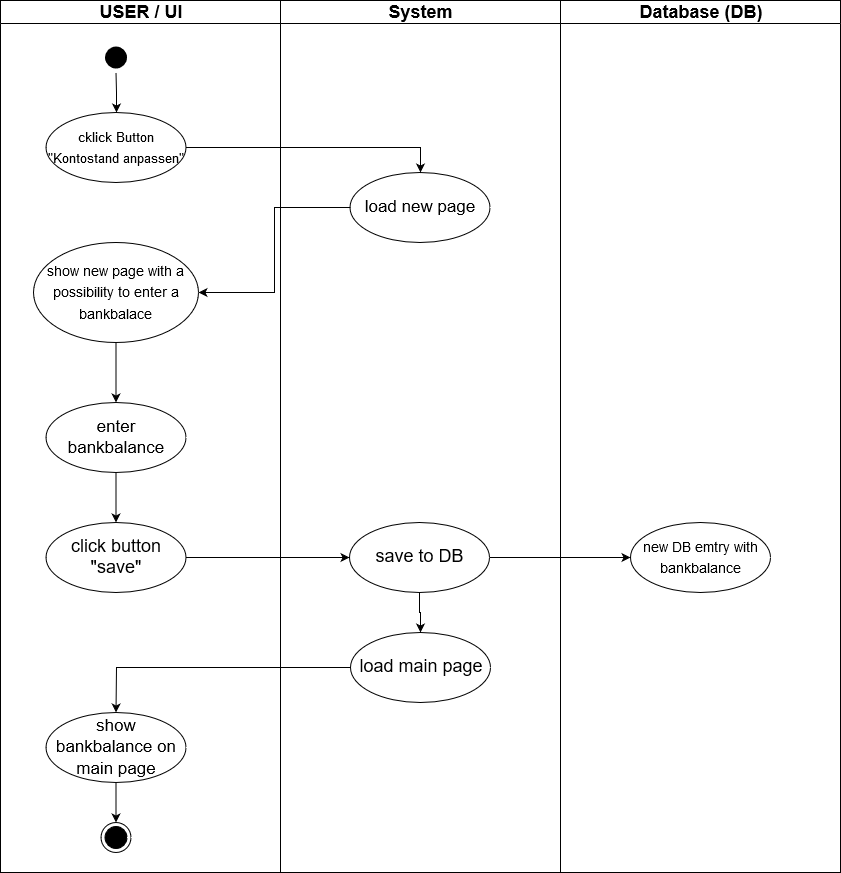
This is UseCases/second (add bankbalance)/UseCaseBankbalance.png from leumas244/easyFinance-SoftwareEngeneering, a draw.io export, as it was before one commit. Source tidied: cells renumbered, new cells last; positions are measured from the earlier drawing's top-left corner, leaving out a move shared by most shapes. Source of this version:
```xml
<mxGraphModel background="#ffffff">
  <root>
    <mxCell id="0" />
    <mxCell id="1" parent="0" />
    <mxCell id="2" value="USER / UI" style="swimlane;whiteSpace=wrap;startSize=23;fontSize=18;" parent="1" vertex="1">
      <mxGeometry width="280" height="872" as="geometry" />
    </mxCell>
    <mxCell id="3" style="edgeStyle=orthogonalEdgeStyle;rounded=0;jettySize=auto;html=1;entryX=0.5;entryY=0;entryDx=0;entryDy=0;strokeColor=#000000;fontSize=18;" parent="2" edge="1" source="4" target="6">
      <mxGeometry relative="1" as="geometry" />
    </mxCell>
    <mxCell id="4" style="ellipse;shape=startState;fillColor=#000000;strokeColor=none;" parent="2" vertex="1">
      <mxGeometry x="100.5" y="42" width="30" height="30" as="geometry" />
    </mxCell>
    <mxCell id="5" style="ellipse;shape=endState;fillColor=#000000;strokeColor=#000000;" parent="2" vertex="1">
      <mxGeometry x="100.5" y="822" width="30" height="30" as="geometry" />
    </mxCell>
    <mxCell id="6" value="&lt;font style=&quot;font-size: 13px&quot;&gt;cklick Button &quot;Kontostand anpassen&quot;&lt;/font&gt;" style="ellipse;whiteSpace=wrap;html=1;strokeColor=#000000;fontSize=18;" parent="2" vertex="1">
      <mxGeometry x="45.5" y="112" width="140" height="70" as="geometry" />
    </mxCell>
    <mxCell id="7" style="edgeStyle=orthogonalEdgeStyle;rounded=0;jettySize=auto;html=1;strokeColor=#000000;fontSize=18;" parent="2" edge="1" source="8" target="10">
      <mxGeometry relative="1" as="geometry" />
    </mxCell>
    <mxCell id="8" value="&lt;font style=&quot;font-size: 14px&quot;&gt;show new page with a possibility to enter a bankbalace&lt;/font&gt;" style="ellipse;whiteSpace=wrap;html=1;strokeColor=#000000;fontSize=18;" parent="2" vertex="1">
      <mxGeometry x="33" y="242" width="165" height="100" as="geometry" />
    </mxCell>
    <mxCell id="9" style="edgeStyle=orthogonalEdgeStyle;rounded=0;jettySize=auto;html=1;strokeColor=#000000;fontSize=18;" parent="2" edge="1" source="10" target="11">
      <mxGeometry relative="1" as="geometry" />
    </mxCell>
    <mxCell id="10" value="&lt;font style=&quot;font-size: 17px&quot;&gt;enter bankbalance&lt;/font&gt;" style="ellipse;whiteSpace=wrap;html=1;strokeColor=#000000;fontSize=18;" parent="2" vertex="1">
      <mxGeometry x="45.5" y="402" width="140" height="70" as="geometry" />
    </mxCell>
    <mxCell id="11" value="click button &quot;save&quot;" style="ellipse;whiteSpace=wrap;html=1;strokeColor=#000000;fontSize=18;" parent="2" vertex="1">
      <mxGeometry x="45.5" y="522" width="140" height="70" as="geometry" />
    </mxCell>
    <mxCell id="12" style="edgeStyle=orthogonalEdgeStyle;rounded=0;jettySize=auto;html=1;strokeColor=#000000;fontSize=18;" parent="2" edge="1" source="13" target="5">
      <mxGeometry relative="1" as="geometry" />
    </mxCell>
    <mxCell id="13" value="&lt;font style=&quot;font-size: 17px&quot;&gt;show bankbalance on main page&lt;/font&gt;" style="ellipse;whiteSpace=wrap;html=1;strokeColor=#000000;fontSize=18;" parent="2" vertex="1">
      <mxGeometry x="45.5" y="712" width="140" height="70" as="geometry" />
    </mxCell>
    <mxCell id="14" value="System" style="swimlane;whiteSpace=wrap;fontSize=18;" parent="1" vertex="1">
      <mxGeometry x="280" width="280" height="872" as="geometry" />
    </mxCell>
    <mxCell id="15" value="&lt;font style=&quot;font-size: 17px&quot;&gt;load new page&lt;/font&gt;" style="ellipse;whiteSpace=wrap;html=1;strokeColor=#000000;fontSize=18;" parent="14" vertex="1">
      <mxGeometry x="69.5" y="172" width="140" height="70" as="geometry" />
    </mxCell>
    <mxCell id="16" style="edgeStyle=orthogonalEdgeStyle;rounded=0;jettySize=auto;html=1;strokeColor=#000000;fontSize=18;" parent="14" edge="1" source="17" target="18">
      <mxGeometry relative="1" as="geometry" />
    </mxCell>
    <mxCell id="17" value="save to DB" style="ellipse;whiteSpace=wrap;html=1;strokeColor=#000000;fontSize=18;" parent="14" vertex="1">
      <mxGeometry x="69" y="522" width="140" height="70" as="geometry" />
    </mxCell>
    <mxCell id="18" value="load main page" style="ellipse;whiteSpace=wrap;html=1;strokeColor=#000000;fontSize=18;" parent="14" vertex="1">
      <mxGeometry x="70" y="632" width="140" height="70" as="geometry" />
    </mxCell>
    <mxCell id="19" value="Database (DB)" style="swimlane;whiteSpace=wrap;fontSize=18;" parent="1" vertex="1">
      <mxGeometry x="560" width="280" height="872" as="geometry" />
    </mxCell>
    <mxCell id="20" value="&lt;font style=&quot;font-size: 14px&quot;&gt;new DB emtry with bankbalance&lt;/font&gt;" style="ellipse;whiteSpace=wrap;html=1;strokeColor=#000000;fontSize=18;" parent="19" vertex="1">
      <mxGeometry x="70" y="522" width="140" height="70" as="geometry" />
    </mxCell>
    <mxCell id="21" style="edgeStyle=orthogonalEdgeStyle;rounded=0;jettySize=auto;html=1;strokeColor=#000000;fontSize=18;entryX=0.5;entryY=0;entryDx=0;entryDy=0;" parent="1" edge="1" source="6" target="15">
      <mxGeometry relative="1" as="geometry" />
    </mxCell>
    <mxCell id="22" style="edgeStyle=orthogonalEdgeStyle;rounded=0;jettySize=auto;html=1;strokeColor=#000000;fontSize=18;entryX=1;entryY=0.5;entryDx=0;entryDy=0;" parent="1" edge="1" source="15" target="8">
      <mxGeometry relative="1" as="geometry" />
    </mxCell>
    <mxCell id="23" style="edgeStyle=orthogonalEdgeStyle;rounded=0;jettySize=auto;html=1;strokeColor=#000000;fontSize=18;" parent="1" edge="1" source="11" target="17">
      <mxGeometry relative="1" as="geometry" />
    </mxCell>
    <mxCell id="24" style="edgeStyle=orthogonalEdgeStyle;rounded=0;jettySize=auto;html=1;strokeColor=#000000;fontSize=18;entryX=0;entryY=0.5;entryDx=0;entryDy=0;" parent="1" edge="1" source="17" target="20">
      <mxGeometry relative="1" as="geometry" />
    </mxCell>
    <mxCell id="25" style="edgeStyle=orthogonalEdgeStyle;rounded=0;jettySize=auto;html=1;strokeColor=#000000;fontSize=18;" parent="1" edge="1" source="18" target="13">
      <mxGeometry relative="1" as="geometry" />
    </mxCell>
  </root>
</mxGraphModel>
```
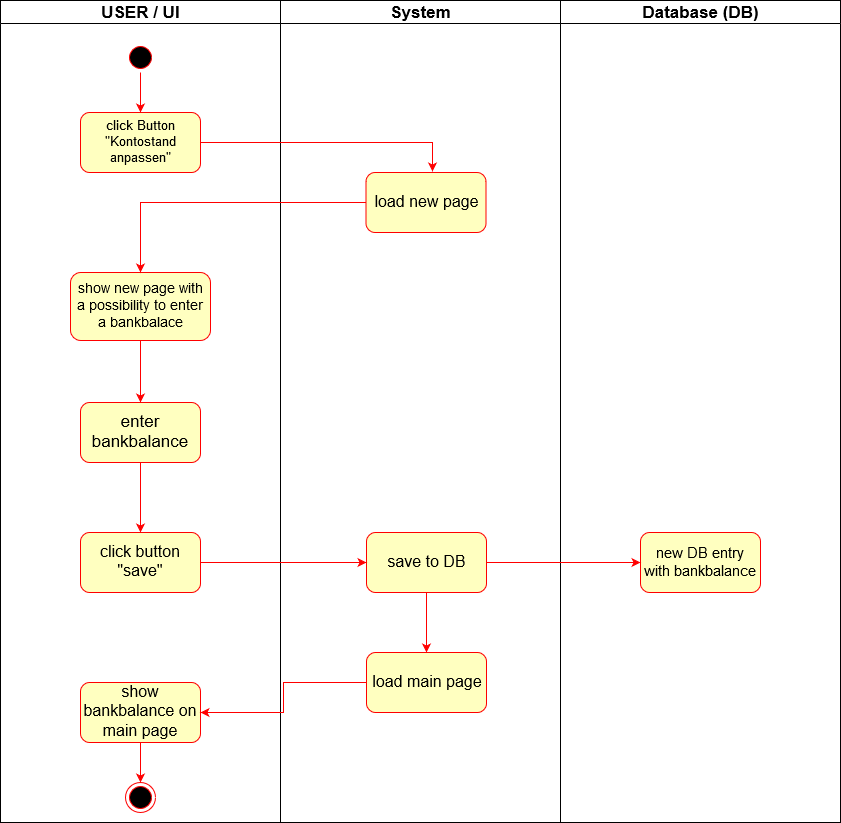
Later version of the same file.

Commit message:
new activity diagram

The edit, as a diff of the source:
```diff
@@ -2,76 +2,76 @@
   <root>
     <mxCell id="0" />
     <mxCell id="1" parent="0" />
-    <mxCell id="2" value="USER / UI" style="swimlane;whiteSpace=wrap;startSize=23;fontSize=18;" parent="1" vertex="1">
-      <mxGeometry width="280" height="872" as="geometry" />
+    <mxCell id="2" value="USER / UI" style="swimlane;whiteSpace=wrap;startSize=23;fontSize=17;" parent="1" vertex="1">
+      <mxGeometry width="280" height="822" as="geometry" />
     </mxCell>
-    <mxCell id="3" style="edgeStyle=orthogonalEdgeStyle;rounded=0;jettySize=auto;html=1;entryX=0.5;entryY=0;entryDx=0;entryDy=0;strokeColor=#000000;fontSize=18;" parent="2" edge="1" source="4" target="6">
-      <mxGeometry relative="1" as="geometry" />
-    </mxCell>
+    <mxCell id="26" style="edgeStyle=orthogonalEdgeStyle;rounded=0;jettySize=auto;html=1;strokeColor=#FF0000;" parent="2" edge="1" source="4" target="27">
+      <mxGeometry relative="1" as="geometry" />
+    </mxCell>
-    <mxCell id="4" style="ellipse;shape=startState;fillColor=#000000;strokeColor=none;" parent="2" vertex="1">
-      <mxGeometry x="100.5" y="42" width="30" height="30" as="geometry" />
+    <mxCell id="4" style="ellipse;shape=startState;fillColor=#000000;strokeColor=#ff0000;" parent="2" vertex="1">
+      <mxGeometry x="125" y="42" width="30" height="30" as="geometry" />
     </mxCell>
+    <mxCell id="27" value="&lt;font style=&quot;font-size: 13px&quot;&gt;click Button &quot;Kontostand anpassen&quot;&lt;/font&gt;" style="rounded=1;whiteSpace=wrap;html=1;strokeColor=#FF0000;fillColor=#FFFFC0;" parent="2" vertex="1">
+      <mxGeometry x="80" y="112" width="120" height="60" as="geometry" />
+    </mxCell>
-    <mxCell id="5" style="ellipse;shape=endState;fillColor=#000000;strokeColor=#000000;" parent="2" vertex="1">
-      <mxGeometry x="100.5" y="822" width="30" height="30" as="geometry" />
+    <mxCell id="5" style="ellipse;shape=endState;fillColor=#000000;strokeColor=#ff0000;" parent="2" vertex="1">
+      <mxGeometry x="125" y="782" width="30" height="30" as="geometry" />
     </mxCell>
-    <mxCell id="6" value="&lt;font style=&quot;font-size: 13px&quot;&gt;cklick Button &quot;Kontostand anpassen&quot;&lt;/font&gt;" style="ellipse;whiteSpace=wrap;html=1;strokeColor=#000000;fontSize=18;" parent="2" vertex="1">
-      <mxGeometry x="45.5" y="112" width="140" height="70" as="geometry" />
-    </mxCell>
-    <mxCell id="7" style="edgeStyle=orthogonalEdgeStyle;rounded=0;jettySize=auto;html=1;strokeColor=#000000;fontSize=18;" parent="2" edge="1" source="8" target="10">
+    <mxCell id="7" style="edgeStyle=orthogonalEdgeStyle;rounded=0;jettySize=auto;html=1;entryX=0.5;entryY=0;entryDx=0;entryDy=0;strokeColor=#FF0000;" parent="2" edge="1" source="8" target="10">
       <mxGeometry relative="1" as="geometry" />
     </mxCell>
-    <mxCell id="8" value="&lt;font style=&quot;font-size: 14px&quot;&gt;show new page with a possibility to enter a bankbalace&lt;/font&gt;" style="ellipse;whiteSpace=wrap;html=1;strokeColor=#000000;fontSize=18;" parent="2" vertex="1">
-      <mxGeometry x="33" y="242" width="165" height="100" as="geometry" />
+    <mxCell id="8" value="&lt;font style=&quot;font-size: 14px&quot;&gt;show new page with a possibility to enter a bankbalace&lt;/font&gt;" style="rounded=1;whiteSpace=wrap;html=1;strokeColor=#FF0000;fillColor=#FFFFC0;" parent="2" vertex="1">
+      <mxGeometry x="70" y="272" width="140" height="68" as="geometry" />
     </mxCell>
-    <mxCell id="9" style="edgeStyle=orthogonalEdgeStyle;rounded=0;jettySize=auto;html=1;strokeColor=#000000;fontSize=18;" parent="2" edge="1" source="10" target="11">
+    <mxCell id="9" style="edgeStyle=orthogonalEdgeStyle;rounded=0;jettySize=auto;html=1;strokeColor=#FF0000;" parent="2" edge="1" source="10" target="11">
       <mxGeometry relative="1" as="geometry" />
     </mxCell>
-    <mxCell id="10" value="&lt;font style=&quot;font-size: 17px&quot;&gt;enter bankbalance&lt;/font&gt;" style="ellipse;whiteSpace=wrap;html=1;strokeColor=#000000;fontSize=18;" parent="2" vertex="1">
-      <mxGeometry x="45.5" y="402" width="140" height="70" as="geometry" />
+    <mxCell id="10" value="&lt;font style=&quot;font-size: 17px&quot;&gt;enter bankbalance&lt;/font&gt;" style="rounded=1;whiteSpace=wrap;html=1;strokeColor=#FF0000;fillColor=#FFFFC0;" parent="2" vertex="1">
+      <mxGeometry x="80" y="402" width="120" height="60" as="geometry" />
     </mxCell>
-    <mxCell id="11" value="click button &quot;save&quot;" style="ellipse;whiteSpace=wrap;html=1;strokeColor=#000000;fontSize=18;" parent="2" vertex="1">
-      <mxGeometry x="45.5" y="522" width="140" height="70" as="geometry" />
+    <mxCell id="11" value="&lt;font style=&quot;font-size: 16px&quot;&gt;click button &quot;save&quot;&lt;/font&gt;" style="rounded=1;whiteSpace=wrap;html=1;strokeColor=#FF0000;fillColor=#FFFFC0;" parent="2" vertex="1">
+      <mxGeometry x="80" y="532" width="120" height="60" as="geometry" />
     </mxCell>
-    <mxCell id="12" style="edgeStyle=orthogonalEdgeStyle;rounded=0;jettySize=auto;html=1;strokeColor=#000000;fontSize=18;" parent="2" edge="1" source="13" target="5">
+    <mxCell id="12" style="edgeStyle=orthogonalEdgeStyle;rounded=0;jettySize=auto;html=1;exitX=0.5;exitY=1;exitDx=0;exitDy=0;strokeColor=#FF0000;" parent="2" edge="1" source="13" target="5">
       <mxGeometry relative="1" as="geometry" />
     </mxCell>
-    <mxCell id="13" value="&lt;font style=&quot;font-size: 17px&quot;&gt;show bankbalance on main page&lt;/font&gt;" style="ellipse;whiteSpace=wrap;html=1;strokeColor=#000000;fontSize=18;" parent="2" vertex="1">
-      <mxGeometry x="45.5" y="712" width="140" height="70" as="geometry" />
+    <mxCell id="13" value="&lt;font style=&quot;font-size: 16px&quot;&gt;show bankbalance on main page&lt;/font&gt;" style="rounded=1;whiteSpace=wrap;html=1;strokeColor=#FF0000;fillColor=#FFFFC0;" parent="2" vertex="1">
+      <mxGeometry x="80" y="682" width="120" height="60" as="geometry" />
     </mxCell>
-    <mxCell id="14" value="System" style="swimlane;whiteSpace=wrap;fontSize=18;" parent="1" vertex="1">
-      <mxGeometry x="280" width="280" height="872" as="geometry" />
+    <mxCell id="14" value="System" style="swimlane;whiteSpace=wrap;startSize=23;fontSize=17;" parent="1" vertex="1">
+      <mxGeometry x="280" width="280" height="822" as="geometry" />
     </mxCell>
-    <mxCell id="15" value="&lt;font style=&quot;font-size: 17px&quot;&gt;load new page&lt;/font&gt;" style="ellipse;whiteSpace=wrap;html=1;strokeColor=#000000;fontSize=18;" parent="14" vertex="1">
-      <mxGeometry x="69.5" y="172" width="140" height="70" as="geometry" />
+    <mxCell id="15" value="&lt;font style=&quot;font-size: 16px&quot;&gt;load new page&lt;/font&gt;" style="rounded=1;whiteSpace=wrap;html=1;strokeColor=#FF0000;fillColor=#FFFFC0;" parent="14" vertex="1">
+      <mxGeometry x="85.5" y="172" width="120" height="60" as="geometry" />
     </mxCell>
-    <mxCell id="16" style="edgeStyle=orthogonalEdgeStyle;rounded=0;jettySize=auto;html=1;strokeColor=#000000;fontSize=18;" parent="14" edge="1" source="17" target="18">
+    <mxCell id="16" style="edgeStyle=orthogonalEdgeStyle;rounded=0;jettySize=auto;html=1;strokeColor=#FF0000;" parent="14" edge="1" source="17" target="18">
       <mxGeometry relative="1" as="geometry" />
     </mxCell>
-    <mxCell id="17" value="save to DB" style="ellipse;whiteSpace=wrap;html=1;strokeColor=#000000;fontSize=18;" parent="14" vertex="1">
-      <mxGeometry x="69" y="522" width="140" height="70" as="geometry" />
+    <mxCell id="17" value="&lt;font style=&quot;font-size: 16px&quot;&gt;save to DB&lt;/font&gt;" style="rounded=1;whiteSpace=wrap;html=1;strokeColor=#FF0000;fillColor=#FFFFC0;" parent="14" vertex="1">
+      <mxGeometry x="86" y="532" width="120" height="60" as="geometry" />
     </mxCell>
-    <mxCell id="18" value="load main page" style="ellipse;whiteSpace=wrap;html=1;strokeColor=#000000;fontSize=18;" parent="14" vertex="1">
-      <mxGeometry x="70" y="632" width="140" height="70" as="geometry" />
+    <mxCell id="18" value="&lt;font style=&quot;font-size: 16px&quot;&gt;load main page&lt;/font&gt;" style="rounded=1;whiteSpace=wrap;html=1;strokeColor=#FF0000;fillColor=#FFFFC0;" parent="14" vertex="1">
+      <mxGeometry x="86" y="652" width="120" height="60" as="geometry" />
     </mxCell>
-    <mxCell id="19" value="Database (DB)" style="swimlane;whiteSpace=wrap;fontSize=18;" parent="1" vertex="1">
-      <mxGeometry x="560" width="280" height="872" as="geometry" />
+    <mxCell id="19" value="Database (DB)" style="swimlane;whiteSpace=wrap;startSize=23;fontSize=17;" parent="1" vertex="1">
+      <mxGeometry x="560" width="280" height="822" as="geometry" />
     </mxCell>
-    <mxCell id="20" value="&lt;font style=&quot;font-size: 14px&quot;&gt;new DB emtry with bankbalance&lt;/font&gt;" style="ellipse;whiteSpace=wrap;html=1;strokeColor=#000000;fontSize=18;" parent="19" vertex="1">
-      <mxGeometry x="70" y="522" width="140" height="70" as="geometry" />
-    </mxCell>
-    <mxCell id="21" style="edgeStyle=orthogonalEdgeStyle;rounded=0;jettySize=auto;html=1;strokeColor=#000000;fontSize=18;entryX=0.5;entryY=0;entryDx=0;entryDy=0;" parent="1" edge="1" source="6" target="15">
-      <mxGeometry relative="1" as="geometry" />
-    </mxCell>
+    <mxCell id="28" value="&lt;font style=&quot;font-size: 15px&quot;&gt;new DB entry with bankbalance&lt;/font&gt;" style="rounded=1;whiteSpace=wrap;html=1;strokeColor=#FF0000;fillColor=#FFFFC0;" parent="19" vertex="1">
+      <mxGeometry x="80" y="532" width="120" height="60" as="geometry" />
+    </mxCell>
+    <mxCell id="29" style="edgeStyle=orthogonalEdgeStyle;rounded=0;jettySize=auto;html=1;entryX=0.558;entryY=-0.017;entryDx=0;entryDy=0;entryPerimeter=0;strokeColor=#FF0000;" parent="1" edge="1" source="27" target="15">
+      <mxGeometry relative="1" as="geometry" />
+    </mxCell>
-    <mxCell id="22" style="edgeStyle=orthogonalEdgeStyle;rounded=0;jettySize=auto;html=1;strokeColor=#000000;fontSize=18;entryX=1;entryY=0.5;entryDx=0;entryDy=0;" parent="1" edge="1" source="15" target="8">
+    <mxCell id="22" style="edgeStyle=orthogonalEdgeStyle;rounded=0;jettySize=auto;html=1;strokeColor=#FF0000;" parent="1" edge="1" source="15" target="8">
       <mxGeometry relative="1" as="geometry" />
     </mxCell>
-    <mxCell id="23" style="edgeStyle=orthogonalEdgeStyle;rounded=0;jettySize=auto;html=1;strokeColor=#000000;fontSize=18;" parent="1" edge="1" source="11" target="17">
+    <mxCell id="23" style="edgeStyle=orthogonalEdgeStyle;rounded=0;jettySize=auto;html=1;strokeColor=#FF0000;entryX=0;entryY=0.5;entryDx=0;entryDy=0;" parent="1" edge="1" source="11" target="17">
       <mxGeometry relative="1" as="geometry" />
     </mxCell>
-    <mxCell id="24" style="edgeStyle=orthogonalEdgeStyle;rounded=0;jettySize=auto;html=1;strokeColor=#000000;fontSize=18;entryX=0;entryY=0.5;entryDx=0;entryDy=0;" parent="1" edge="1" source="17" target="20">
-      <mxGeometry relative="1" as="geometry" />
-    </mxCell>
+    <mxCell id="30" style="edgeStyle=orthogonalEdgeStyle;rounded=0;jettySize=auto;html=1;strokeColor=#FF0000;entryX=0;entryY=0.5;entryDx=0;entryDy=0;" parent="1" edge="1" source="17" target="28">
+      <mxGeometry relative="1" as="geometry" />
+    </mxCell>
-    <mxCell id="25" style="edgeStyle=orthogonalEdgeStyle;rounded=0;jettySize=auto;html=1;strokeColor=#000000;fontSize=18;" parent="1" edge="1" source="18" target="13">
+    <mxCell id="25" style="edgeStyle=orthogonalEdgeStyle;rounded=0;jettySize=auto;html=1;strokeColor=#FF0000;" parent="1" edge="1" source="18" target="13">
       <mxGeometry relative="1" as="geometry" />
     </mxCell>
   </root>
```
